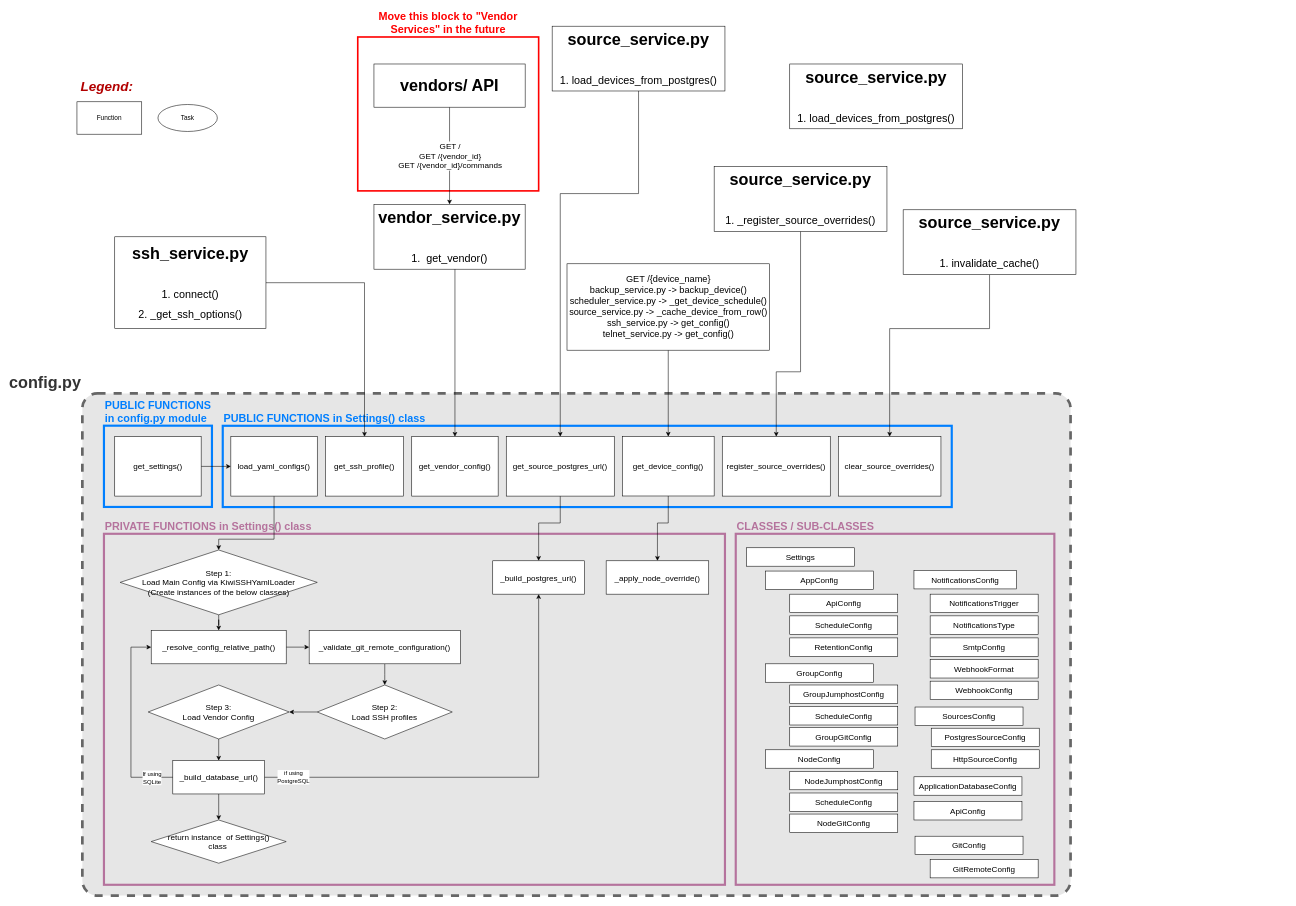
The draw.io diagram page "config.py" (3 of 5) of KiwiSSH.drawio in casudo/KiwiSSH, before the edit. Source tidied: cells renumbered, new cells numbered last; positions are measured from the earlier drawing's top-left corner, leaving out a move shared by most shapes. Both pictures are drawn from the tidied source at 54%, with x=0, y=0 at pixel (77, 26).
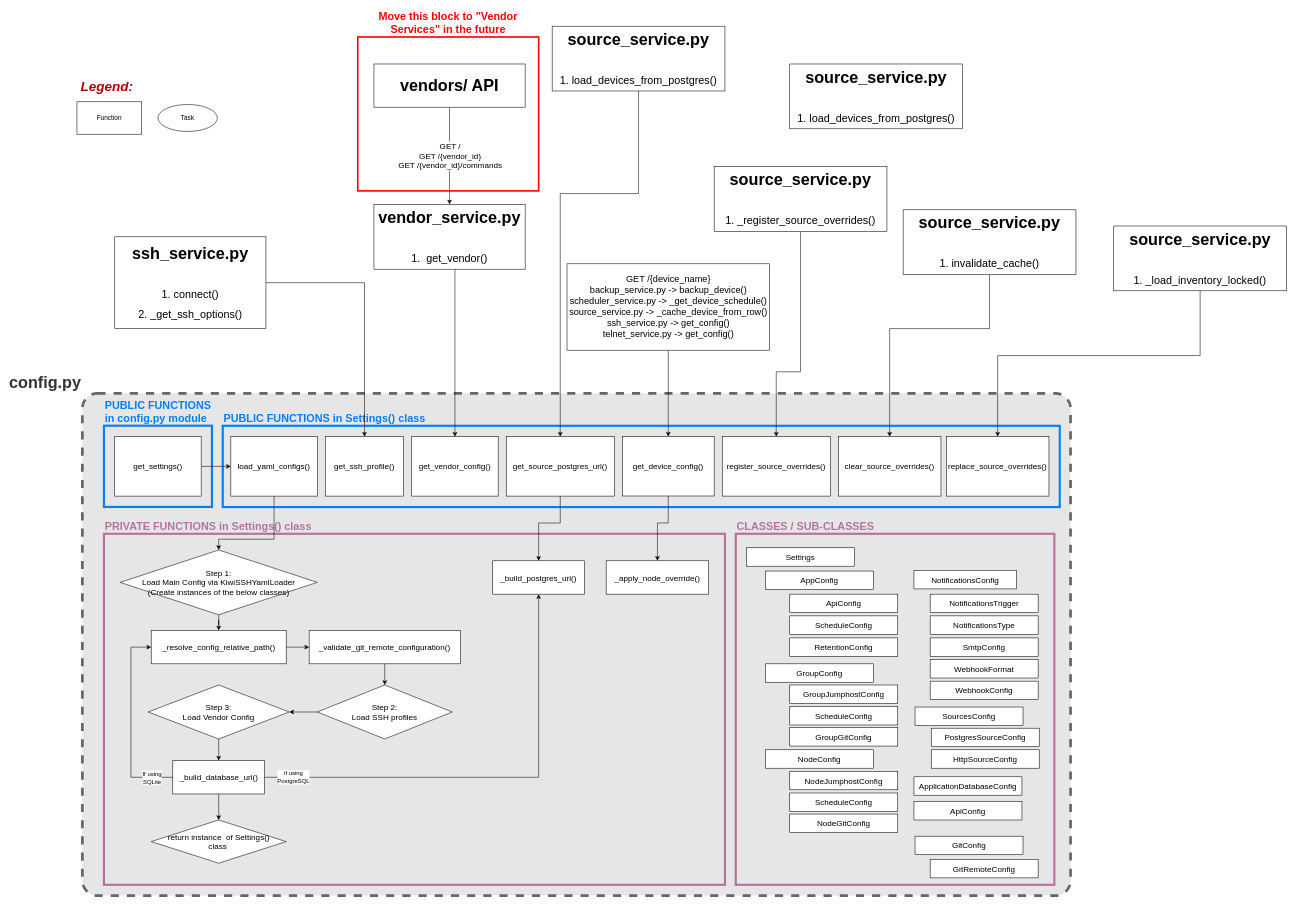
The same diagram, later.

Commit message (it also covers changes not shown here):
refactor(source_service): reading devices from source

Diff of the diagram source:
```diff
@@
     <mxCell id="6" value="PUBLIC FUNCTIONS in Settings() class" style="rounded=0;whiteSpace=wrap;html=1;strokeWidth=4;fillColor=none;strokeColor=#007FFF;fontSize=20;fontStyle=1;fontColor=#007FFF;labelPosition=center;verticalLabelPosition=top;align=left;verticalAlign=bottom;spacing=2;spacingLeft=0;" parent="1" vertex="1">
-      <mxGeometry x="270" y="740" width="1350" height="150.5" as="geometry" />
+      <mxGeometry x="270" y="740" width="1550" height="150.5" as="geometry" />
     </mxCell>
@@
+    <mxCell id="84" value="replace_source_overrides()" style="rounded=0;whiteSpace=wrap;html=1;fontSize=15;" parent="1" vertex="1">
+      <mxGeometry x="1610" y="760.2" width="190" height="110" as="geometry" />
+    </mxCell>
+    <mxCell id="85" style="edgeStyle=orthogonalEdgeStyle;rounded=0;jettySize=auto;html=1;entryX=0.5;entryY=0;entryDx=0;entryDy=0;" parent="1" edge="1" source="86" target="84">
+      <mxGeometry relative="1" as="geometry">
+        <Array as="points">
+          <mxPoint x="2080" y="610" />
+          <mxPoint x="1705" y="610" />
+        </Array>
+      </mxGeometry>
+    </mxCell>
+    <mxCell id="86" value="source_service.py&lt;div&gt;&lt;br&gt;&lt;/div&gt;&lt;div&gt;&lt;span style=&quot;font-weight: normal;&quot;&gt;&lt;font style=&quot;font-size: 20px;&quot;&gt;1. _load_inventory_locked()&lt;/font&gt;&lt;/span&gt;&lt;/div&gt;" style="rounded=0;whiteSpace=wrap;html=1;fontSize=30;fontStyle=1;" parent="1" vertex="1">
+      <mxGeometry x="1920" y="370" width="320" height="120" as="geometry" />
+    </mxCell>
```
